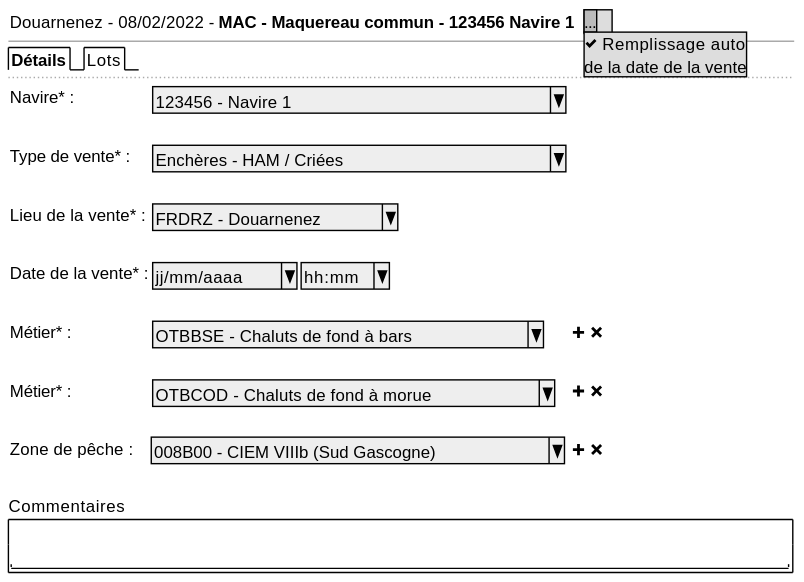
Earlier version of the PlantUML export projects/obsvente/spe/images/sale-details.svg (sumaris-net/sumaris-doc). Source of this version:
```plantuml
@startsalt
{
  { Douarnenez - 08/02/2022 - <b>MAC - Maquereau commun - 123456 Navire 1  | . |   {* ...
                                                                                   ... | <&check> Remplissage auto | de la date de la vente }
                                                                                                                                                                                                                          }
  --
  {/  <b>Détails | Lots }
  ..
  {

      Navire* :    | { ^123456 - Navire 1                  ^ }
      .
      Type de vente* :    | { ^Enchères - HAM / Criées            ^ }
      .
      Lieu de la vente* :   |  { ^ FRDRZ - Douarnenez ^ }
      .
      Date de la vente* :   |  { ^ jj/mm/aaaa^  |  ^ hh:mm^ }
      .
      Métier* : | { ^ OTBBSE - Chaluts de fond à bars ^ } | <&plus> <&x>
      .
      Métier* : | { ^ OTBCOD - Chaluts de fond à morue ^ } | <&plus> <&x>
      .
      Zone de pêche :            | ^ 008B00 - CIEM VIIIb (Sud Gascogne)^ | <&plus> <&x>
      .
  }

  Commentaires
  {+ .
          "                                                                     "
  }

}
@endsalt
```
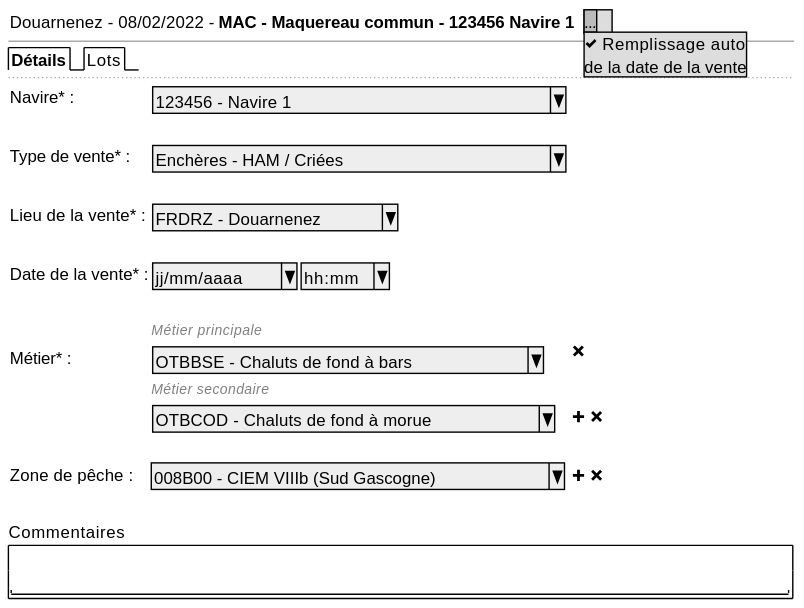
Above is the later version.

The edit, as a diff of the source:
```diff
@@ -4,6 +4,7 @@
                                                                                    ... | <&check> Remplissage auto | de la date de la vente }
                                                                                                                                                                                                                           }
   --
+
   {/  <b>Détails | Lots }
   ..
   {
@@ -16,9 +17,11 @@
       .
       Date de la vente* :   |  { ^ jj/mm/aaaa^  |  ^ hh:mm^ }
       .
-      Métier* : | { ^ OTBBSE - Chaluts de fond à bars ^ } | <&plus> <&x>
-      .
-      Métier* : | { ^ OTBCOD - Chaluts de fond à morue ^ } | <&plus> <&x>
+      . | <font color=grey size=10><i>Métier principale</i>
+       Métier* : | { ^ OTBBSE - Chaluts de fond à bars ^ } |  <&x>
+
+      . | <font color=grey size=10><i>Métier secondaire</i>
+      . | { ^ OTBCOD - Chaluts de fond à morue ^ } |  <&plus> <&x>
       .
       Zone de pêche :            | ^ 008B00 - CIEM VIIIb (Sud Gascogne)^ | <&plus> <&x>
       .
```
